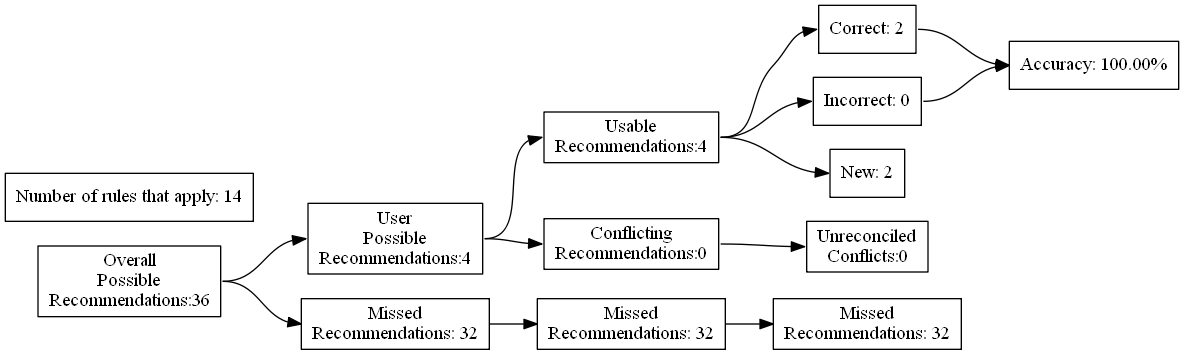
This is test_renders/108.gv.png from ZaxR/ibd_diet_analysis, a Graphviz export, as it was before one commit. Its source is kept beside it as test_renders/108.gv. Its diagram source:
```dot
digraph {
	graph [rankdir=LR]
	node [pos=r shape=box]
	edge [headport=w tailport=e]
		A [label="Overall
Possible
Recommendations:36"]
		B [label="User
Possible
Recommendations:4"]
		C [label="Missed
Recommendations: 32"]
		D [label="Usable
Recommendations:4"]
		E [label="Conflicting
Recommendations:0"]
		J [label="Missed
Recommendations: 32"]
		M [label="Unreconciled
Conflicts:0"]
		F [label="Correct: 2"]
		G [label="Incorrect: 0"]
		H [label="New: 2"]
		K [label="Missed
Recommendations: 32"]
		I [label="Accuracy: 100.00%"]
		l [label="Number of rules that apply: 14"]
			A -> B
			A -> C
			B -> D
			B -> E
			D -> F
			D -> G
			D -> H
			F -> I
			G -> I
			C -> J
			J -> K
			E -> M
}
```
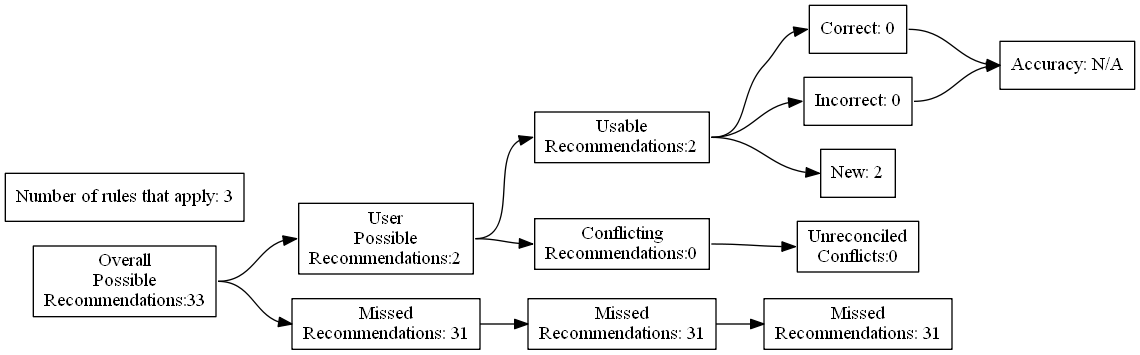
Above is the later version.

What changed in the source:
```diff
@@ -4,27 +4,27 @@
 	edge [headport=w tailport=e]
 		A [label="Overall
 Possible
-Recommendations:36"]
+Recommendations:33"]
 		B [label="User
 Possible
-Recommendations:4"]
+Recommendations:2"]
 		C [label="Missed
-Recommendations: 32"]
+Recommendations: 31"]
 		D [label="Usable
-Recommendations:4"]
+Recommendations:2"]
 		E [label="Conflicting
 Recommendations:0"]
 		J [label="Missed
-Recommendations: 32"]
+Recommendations: 31"]
 		M [label="Unreconciled
 Conflicts:0"]
-		F [label="Correct: 2"]
+		F [label="Correct: 0"]
 		G [label="Incorrect: 0"]
 		H [label="New: 2"]
 		K [label="Missed
-Recommendations: 32"]
-		I [label="Accuracy: 100.00%"]
-		l [label="Number of rules that apply: 14"]
+Recommendations: 31"]
+		I [label="Accuracy: N/A"]
+		l [label="Number of rules that apply: 3"]
 			A -> B
 			A -> C
 			B -> D
```
